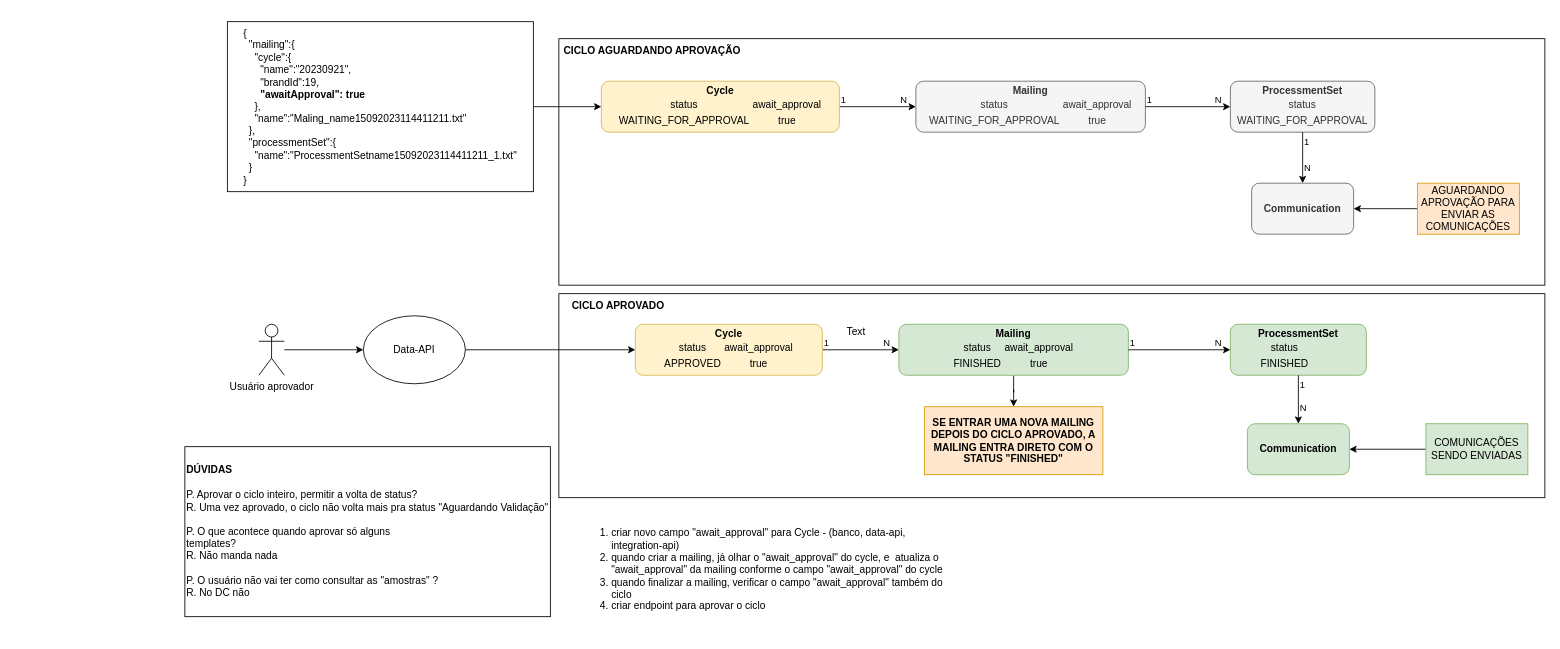
Earlier version of the draw.io diagram page "Sequencia Aprovação de Ciclo" (1 of 4) of Diagramas Aprovação de Ciclo.drawio (caio-bueno/draws-valid). Source tidied: cells renumbered, new cells numbered last; positions are measured from the earlier drawing's top-left corner, leaving out a move shared by most shapes. Both pictures are drawn from the tidied source at 85%, with x=0, y=0 at pixel (184, 21).
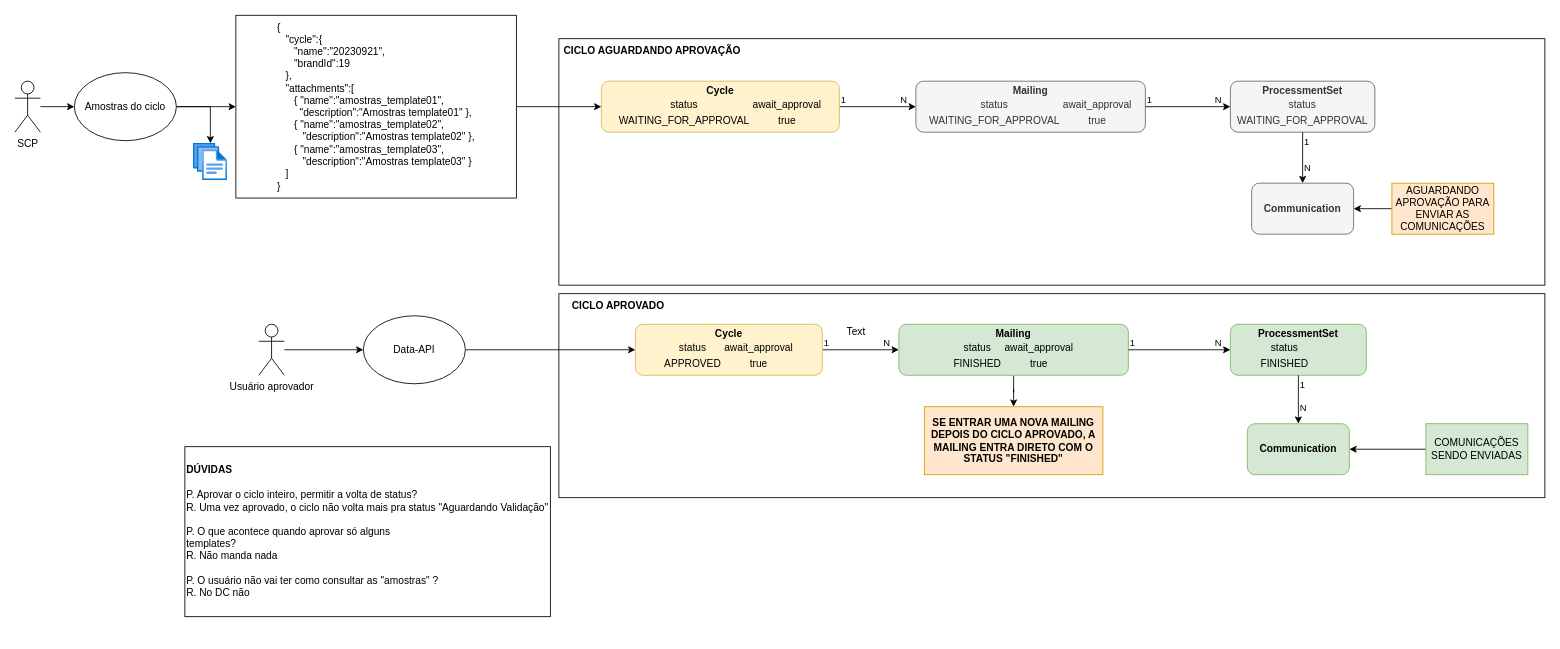
After the change.

Unchanged cells that the change refers to:
```xml
<mxCell id="16" value="&lt;b&gt;Cycle&lt;/b&gt;&lt;table&gt;&lt;tbody&gt;&lt;tr&gt;&lt;td&gt;status&lt;br&gt;&lt;/td&gt;&lt;td&gt;await_approval&lt;/td&gt;&lt;/tr&gt;&lt;tr&gt;&lt;td&gt;WAITING_FOR_APPROVAL&lt;/td&gt;&lt;td&gt;true&lt;/td&gt;&lt;/tr&gt;&lt;/tbody&gt;&lt;/table&gt;" style="rounded=1;whiteSpace=wrap;html=1;align=center;fillColor=#fff2cc;strokeColor=#d6b656;" parent="1" vertex="1">
  <mxGeometry x="490" y="70" width="280" height="60" as="geometry" />
</mxCell>
```

What changed in the source:
```diff
@@
     <mxCell id="32" value="AGUARDANDO APROVAÇÃO PARA ENVIAR AS COMUNICAÇÕES" style="rounded=0;whiteSpace=wrap;html=1;fillColor=#ffe6cc;strokeColor=#d79b00;" parent="1" vertex="1">
-      <mxGeometry x="1450" y="190" width="120" height="60" as="geometry" />
+      <mxGeometry x="1420" y="190" width="120" height="60" as="geometry" />
     </mxCell>
@@
-    <mxCell id="37" style="edgeStyle=orthogonalEdgeStyle;rounded=0;jettySize=auto;html=1;" parent="1" edge="1" source="38" target="16">
-      <mxGeometry relative="1" as="geometry" />
-    </mxCell>
-    <mxCell id="38" value="&lt;div style=&quot;border-color: var(--border-color); text-align: left;&quot;&gt;{&lt;/div&gt;&lt;div style=&quot;border-color: var(--border-color); text-align: left;&quot;&gt;&amp;nbsp; &quot;mailing&quot;:{&lt;/div&gt;&lt;div style=&quot;border-color: var(--border-color); text-align: left;&quot;&gt;&amp;nbsp; &amp;nbsp; &quot;cycle&quot;:{&lt;/div&gt;&lt;div style=&quot;border-color: var(--border-color); text-align: left;&quot;&gt;&amp;nbsp; &amp;nbsp; &amp;nbsp; &quot;name&quot;:&quot;20230921&quot;,&lt;/div&gt;&lt;div style=&quot;border-color: var(--border-color); text-align: left;&quot;&gt;&amp;nbsp; &amp;nbsp; &amp;nbsp; &quot;brandId&quot;:19,&lt;/div&gt;&lt;div style=&quot;border-color: var(--border-color); text-align: left;&quot;&gt;&amp;nbsp;&amp;nbsp;&amp;nbsp;&amp;nbsp;&amp;nbsp; &lt;b&gt;&quot;awaitApproval&quot;: true&lt;/b&gt;&lt;/div&gt;&lt;div style=&quot;border-color: var(--border-color); text-align: left;&quot;&gt;&amp;nbsp; &amp;nbsp; },&lt;/div&gt;&lt;div style=&quot;border-color: var(--border-color); text-align: left;&quot;&gt;&amp;nbsp; &amp;nbsp; &quot;name&quot;:&quot;Maling_name15092023114411211.txt&quot;&lt;/div&gt;&lt;div style=&quot;border-color: var(--border-color); text-align: left;&quot;&gt;&amp;nbsp; },&lt;/div&gt;&lt;div style=&quot;border-color: var(--border-color); text-align: left;&quot;&gt;&amp;nbsp; &quot;processmentSet&quot;:{&lt;/div&gt;&lt;div style=&quot;border-color: var(--border-color); text-align: left;&quot;&gt;&amp;nbsp; &amp;nbsp; &quot;name&quot;:&quot;ProcessmentSetname15092023114411211_1.txt&quot;&lt;/div&gt;&lt;div style=&quot;border-color: var(--border-color); text-align: left;&quot;&gt;&amp;nbsp; }&lt;/div&gt;&lt;div style=&quot;border-color: var(--border-color); text-align: left;&quot;&gt;}&lt;/div&gt;" style="rounded=0;whiteSpace=wrap;html=1;" parent="1" vertex="1">
-      <mxGeometry x="50" width="360" height="200" as="geometry" />
-    </mxCell>
@@
-    <mxCell id="45" value="&lt;ol&gt;&lt;li&gt;criar novo campo &quot;await_approval&quot; para Cycle - (banco, data-api, integration-api)&lt;/li&gt;&lt;li&gt;quando criar a mailing, já olhar o &quot;await_approval&quot; do cycle, e&amp;nbsp; atualiza o &quot;await_approval&quot; da mailing conforme o campo &quot;await_approval&quot; do cycle&lt;/li&gt;&lt;li&gt;quando finalizar a mailing, verificar o campo &quot;await_approval&quot; também do ciclo&lt;/li&gt;&lt;li&gt;criar endpoint para aprovar o ciclo&lt;/li&gt;&lt;/ol&gt;" style="text;html=1;strokeColor=none;fillColor=none;align=left;verticalAlign=middle;whiteSpace=wrap;rounded=0;" parent="1" vertex="1">
-      <mxGeometry x="460" y="570" width="440" height="150" as="geometry" />
-    </mxCell>
@@
+    <mxCell id="47" style="edgeStyle=orthogonalEdgeStyle;rounded=0;jettySize=auto;html=1;" parent="1" edge="1" source="49" target="51">
+      <mxGeometry relative="1" as="geometry" />
+    </mxCell>
+    <mxCell id="48" style="edgeStyle=orthogonalEdgeStyle;rounded=0;jettySize=auto;html=1;" parent="1" edge="1" source="49" target="52">
+      <mxGeometry relative="1" as="geometry" />
+    </mxCell>
+    <mxCell id="49" value="Amostras do ciclo" style="ellipse;whiteSpace=wrap;html=1;" parent="1" vertex="1">
+      <mxGeometry x="-130" y="60" width="120" height="80" as="geometry" />
+    </mxCell>
+    <mxCell id="50" style="edgeStyle=orthogonalEdgeStyle;rounded=0;jettySize=auto;html=1;" parent="1" edge="1" source="51" target="16">
+      <mxGeometry relative="1" as="geometry" />
+    </mxCell>
+    <mxCell id="51" value="&lt;div style=&quot;border-color: var(--border-color); text-align: left;&quot;&gt;&lt;div style=&quot;border-color: var(--border-color);&quot;&gt;{&lt;/div&gt;&lt;div style=&quot;border-color: var(--border-color);&quot;&gt;&amp;nbsp; &amp;nbsp;&quot;cycle&quot;:{&lt;/div&gt;&lt;div style=&quot;border-color: var(--border-color);&quot;&gt;&amp;nbsp; &amp;nbsp; &amp;nbsp; &quot;name&quot;:&quot;20230921&quot;,&lt;/div&gt;&lt;div style=&quot;border-color: var(--border-color);&quot;&gt;&amp;nbsp; &amp;nbsp; &amp;nbsp; &quot;brandId&quot;:19&lt;/div&gt;&lt;div style=&quot;border-color: var(--border-color);&quot;&gt;&amp;nbsp; &amp;nbsp;},&lt;/div&gt;&lt;div style=&quot;border-color: var(--border-color);&quot;&gt;&amp;nbsp; &amp;nbsp;&quot;attachments&quot;:[&lt;/div&gt;&lt;div style=&quot;border-color: var(--border-color);&quot;&gt;&amp;nbsp; &amp;nbsp; &amp;nbsp; {&amp;nbsp;&lt;span style=&quot;background-color: initial;&quot;&gt;&quot;name&quot;:&quot;amostras_template01&quot;,&lt;/span&gt;&lt;/div&gt;&lt;div style=&quot;border-color: var(--border-color);&quot;&gt;&lt;span style=&quot;background-color: initial;&quot;&gt;&amp;nbsp; &amp;nbsp; &amp;nbsp; &amp;nbsp; &quot;description&quot;:&quot;Amostras template01&quot;&amp;nbsp;&lt;/span&gt;&lt;span style=&quot;background-color: initial;&quot;&gt;},&lt;/span&gt;&lt;/div&gt;&lt;div style=&quot;border-color: var(--border-color);&quot;&gt;&amp;nbsp; &amp;nbsp; &amp;nbsp; {&amp;nbsp;&lt;span style=&quot;background-color: initial;&quot;&gt;&quot;name&quot;:&quot;amostras_template02&quot;,&lt;/span&gt;&lt;/div&gt;&lt;div style=&quot;border-color: var(--border-color);&quot;&gt;&lt;span style=&quot;background-color: initial;&quot;&gt;&amp;nbsp; &amp;nbsp; &amp;nbsp; &amp;nbsp; &amp;nbsp;&quot;description&quot;:&quot;Amostras template02&quot;&amp;nbsp;&lt;/span&gt;&lt;span style=&quot;background-color: initial;&quot;&gt;},&lt;/span&gt;&lt;/div&gt;&lt;div style=&quot;border-color: var(--border-color);&quot;&gt;&amp;nbsp; &amp;nbsp; &amp;nbsp; {&amp;nbsp;&lt;span style=&quot;background-color: initial;&quot;&gt;&quot;name&quot;:&quot;amostras_template03&quot;,&lt;/span&gt;&lt;/div&gt;&lt;div style=&quot;border-color: var(--border-color);&quot;&gt;&lt;span style=&quot;background-color: initial;&quot;&gt;&amp;nbsp; &amp;nbsp; &amp;nbsp; &amp;nbsp; &amp;nbsp;&quot;description&quot;:&quot;Amostras template03&quot;&amp;nbsp;&lt;/span&gt;&lt;span style=&quot;background-color: initial;&quot;&gt;}&lt;/span&gt;&lt;/div&gt;&lt;div style=&quot;border-color: var(--border-color);&quot;&gt;&amp;nbsp; &amp;nbsp;]&lt;/div&gt;&lt;div style=&quot;border-color: var(--border-color);&quot;&gt;}&lt;/div&gt;&lt;/div&gt;" style="rounded=0;whiteSpace=wrap;html=1;" parent="1" vertex="1">
+      <mxGeometry x="60" y="-7.5" width="330" height="215" as="geometry" />
+    </mxCell>
+    <mxCell id="52" style="image;html=1;points=[];align=center;fontSize=12;image=img/lib/azure2/general/Files.svg;" parent="1" vertex="1">
+      <mxGeometry x="10" y="143.1" width="40" height="43.8" as="geometry" />
+    </mxCell>
+    <mxCell id="53" style="edgeStyle=orthogonalEdgeStyle;rounded=0;jettySize=auto;html=1;" parent="1" edge="1" source="54" target="49">
+      <mxGeometry relative="1" as="geometry" />
+    </mxCell>
+    <mxCell id="54" value="SCP" style="shape=umlActor;verticalLabelPosition=bottom;verticalAlign=top;html=1;outlineConnect=0;" parent="1" vertex="1">
+      <mxGeometry x="-200" y="70" width="30" height="60" as="geometry" />
+    </mxCell>
```
